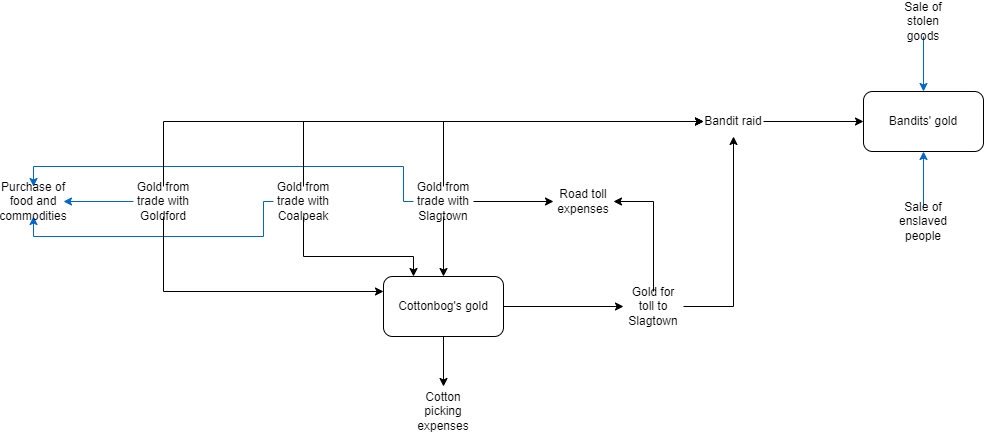
Above: Flowchart/GoldFlow.drawio.png in FunkMarvel/Comp-4-SST (draw.io), before the change. Source tidied: cells renumbered, new cells last; positions are measured from the earlier drawing's top-left corner, leaving out a move shared by most shapes.
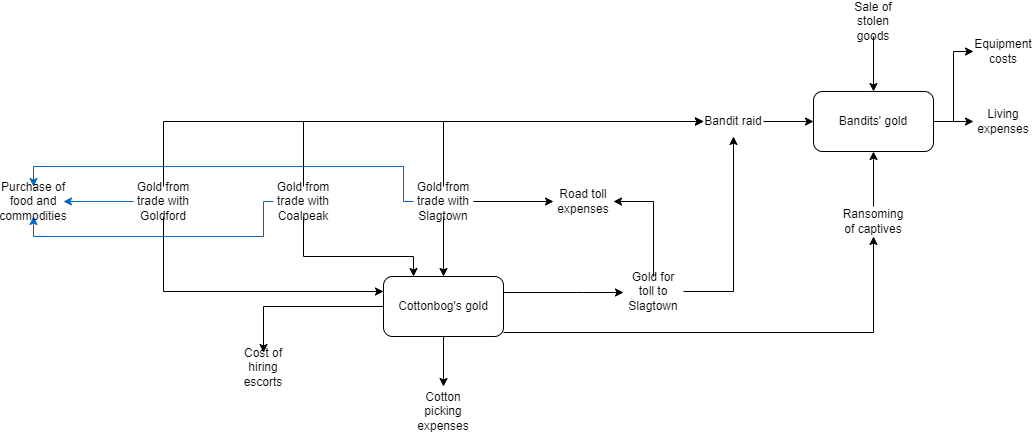
Above is the later version.

What changed in the source:
```diff
@@ -8,8 +8,23 @@
       </mxGeometry>
     </mxCell>
     <mxCell id="3" style="edgeStyle=orthogonalEdgeStyle;rounded=0;jettySize=auto;html=1;" parent="1" edge="1" source="4" target="16">
-      <mxGeometry relative="1" as="geometry" />
+      <mxGeometry relative="1" as="geometry">
+        <Array as="points">
+          <mxPoint x="580" y="286" />
+          <mxPoint x="580" y="286" />
+        </Array>
+      </mxGeometry>
     </mxCell>
+    <mxCell id="31" style="edgeStyle=orthogonalEdgeStyle;rounded=0;jettySize=auto;html=1;entryX=0.5;entryY=1;entryDx=0;entryDy=0;strokeColor=#000000;" parent="1" edge="1" source="4" target="30">
+      <mxGeometry relative="1" as="geometry">
+        <Array as="points">
+          <mxPoint x="870" y="326" />
+        </Array>
+      </mxGeometry>
+    </mxCell>
+    <mxCell id="32" style="edgeStyle=orthogonalEdgeStyle;rounded=0;jettySize=auto;html=1;strokeColor=#000000;" parent="1" edge="1" source="4" target="37">
+      <mxGeometry relative="1" as="geometry" />
+    </mxCell>
     <mxCell id="4" value="Cottonbog's gold" style="rounded=1;whiteSpace=wrap;html=1;" parent="1" vertex="1">
       <mxGeometry x="380" y="270" width="120" height="60" as="geometry" />
     </mxCell>
@@ -61,10 +76,16 @@
       <mxGeometry relative="1" as="geometry" />
     </mxCell>
     <mxCell id="16" value="Gold for toll to Slagtown" style="text;html=1;strokeColor=none;fillColor=none;align=center;verticalAlign=middle;whiteSpace=wrap;rounded=0;" parent="1" vertex="1">
-      <mxGeometry x="620" y="285" width="60" height="30" as="geometry" />
+      <mxGeometry x="620" y="270" width="60" height="30" as="geometry" />
     </mxCell>
+    <mxCell id="33" style="edgeStyle=orthogonalEdgeStyle;rounded=0;jettySize=auto;html=1;strokeColor=#000000;" parent="1" edge="1" source="17" target="35">
+      <mxGeometry relative="1" as="geometry" />
+    </mxCell>
+    <mxCell id="34" style="edgeStyle=orthogonalEdgeStyle;rounded=0;jettySize=auto;html=1;entryX=0;entryY=0.5;entryDx=0;entryDy=0;strokeColor=#000000;" parent="1" edge="1" source="17" target="36">
+      <mxGeometry relative="1" as="geometry" />
+    </mxCell>
     <mxCell id="17" value="Bandits' gold" style="rounded=1;whiteSpace=wrap;html=1;" parent="1" vertex="1">
-      <mxGeometry x="860" y="85" width="120" height="60" as="geometry" />
+      <mxGeometry x="810" y="85" width="120" height="60" as="geometry" />
     </mxCell>
     <mxCell id="18" style="edgeStyle=orthogonalEdgeStyle;rounded=0;jettySize=auto;html=1;entryX=0.25;entryY=0;entryDx=0;entryDy=0;" parent="1" edge="1" source="21" target="4">
       <mxGeometry relative="1" as="geometry">
@@ -116,17 +137,26 @@
     <mxCell id="26" value="Purchase of food and commodities" style="text;html=1;strokeColor=none;fillColor=none;align=center;verticalAlign=middle;whiteSpace=wrap;rounded=0;" parent="1" vertex="1">
       <mxGeometry y="180" width="60" height="30" as="geometry" />
     </mxCell>
-    <mxCell id="27" style="edgeStyle=orthogonalEdgeStyle;rounded=0;jettySize=auto;html=1;entryX=0.5;entryY=0;entryDx=0;entryDy=0;strokeColor=#0066CC;" parent="1" edge="1" source="28" target="17">
+    <mxCell id="27" style="edgeStyle=orthogonalEdgeStyle;rounded=0;jettySize=auto;html=1;entryX=0.5;entryY=0;entryDx=0;entryDy=0;strokeColor=#000000;" parent="1" edge="1" source="28" target="17">
       <mxGeometry relative="1" as="geometry" />
     </mxCell>
     <mxCell id="28" value="Sale of stolen goods" style="text;html=1;strokeColor=none;fillColor=none;align=center;verticalAlign=middle;whiteSpace=wrap;rounded=0;" parent="1" vertex="1">
-      <mxGeometry x="890" width="60" height="30" as="geometry" />
+      <mxGeometry x="840" width="60" height="30" as="geometry" />
     </mxCell>
-    <mxCell id="29" style="edgeStyle=orthogonalEdgeStyle;rounded=0;jettySize=auto;html=1;entryX=0.5;entryY=1;entryDx=0;entryDy=0;strokeColor=#0066CC;" parent="1" edge="1" source="30" target="17">
+    <mxCell id="29" style="edgeStyle=orthogonalEdgeStyle;rounded=0;jettySize=auto;html=1;entryX=0.5;entryY=1;entryDx=0;entryDy=0;strokeColor=#000000;" parent="1" edge="1" source="30" target="17">
       <mxGeometry relative="1" as="geometry" />
     </mxCell>
-    <mxCell id="30" value="Sale of enslaved people" style="text;html=1;strokeColor=none;fillColor=none;align=center;verticalAlign=middle;whiteSpace=wrap;rounded=0;" parent="1" vertex="1">
-      <mxGeometry x="890" y="200" width="60" height="30" as="geometry" />
+    <mxCell id="30" value="Ransoming of captives" style="text;html=1;strokeColor=none;fillColor=none;align=center;verticalAlign=middle;whiteSpace=wrap;rounded=0;" parent="1" vertex="1">
+      <mxGeometry x="840" y="200" width="60" height="30" as="geometry" />
     </mxCell>
+    <mxCell id="35" value="Living expenses" style="text;html=1;strokeColor=none;fillColor=none;align=center;verticalAlign=middle;whiteSpace=wrap;rounded=0;" parent="1" vertex="1">
+      <mxGeometry x="970" y="100" width="60" height="30" as="geometry" />
+    </mxCell>
+    <mxCell id="36" value="Equipment costs" style="text;html=1;strokeColor=none;fillColor=none;align=center;verticalAlign=middle;whiteSpace=wrap;rounded=0;" parent="1" vertex="1">
+      <mxGeometry x="970" y="30" width="60" height="30" as="geometry" />
+    </mxCell>
+    <mxCell id="37" value="Cost of hiring escorts" style="text;html=1;strokeColor=none;fillColor=none;align=center;verticalAlign=middle;whiteSpace=wrap;rounded=0;" parent="1" vertex="1">
+      <mxGeometry x="230" y="346" width="60" height="30" as="geometry" />
+    </mxCell>
   </root>
 </mxGraphModel>
```
